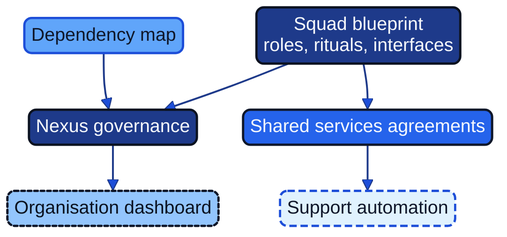
The Mermaid diagram docs/images/diagram_19_team_of_teams.png in Geonitab/architecture_as_code, before a commit. Its source is kept beside it as docs/images/diagram_19_team_of_teams.mmd.
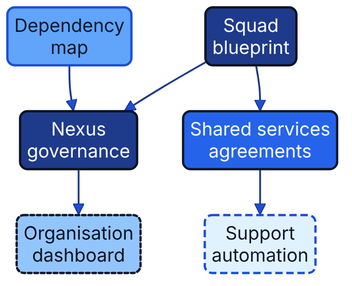
Above is the later version.

Change to the diagram source:
```diff
@@ -1,10 +1,10 @@
-flowchart TD
-    Blueprint["Squad blueprint<br/>roles, rituals, interfaces"]:::geon-primary
-    Dependencies[Dependency map]:::geon-highlight
-    Nexus[Nexus governance]:::geon-primary
-    Shared[Shared services agreements]:::geon-accent
-    Support[Support automation]:::geon-muted
-    Dashboard[Organisation dashboard]:::geon-pattern
+flowchart TB
+    Blueprint["Squad<br/>blueprint"]:::geon-primary
+    Dependencies["Dependency<br/>map"]:::geon-highlight
+    Nexus["Nexus<br/>governance"]:::geon-primary
+    Shared["Shared services<br/>agreements"]:::geon-accent
+    Support["Support<br/>automation"]:::geon-muted
+    Dashboard["Organisation<br/>dashboard"]:::geon-pattern
 
     Blueprint --> Nexus
     Dependencies --> Nexus
```
